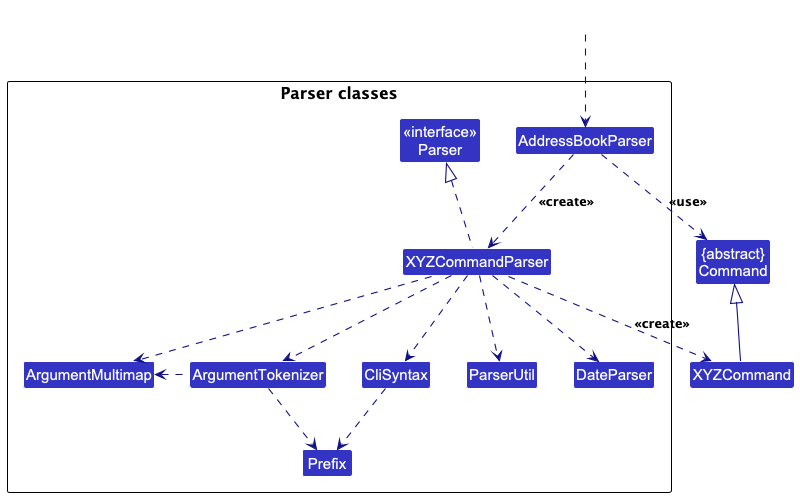
This is docs/images/ParserClasses.png from AY2526S1-CS2103T-T09-4/tp, a PlantUML export, as it was before one commit.
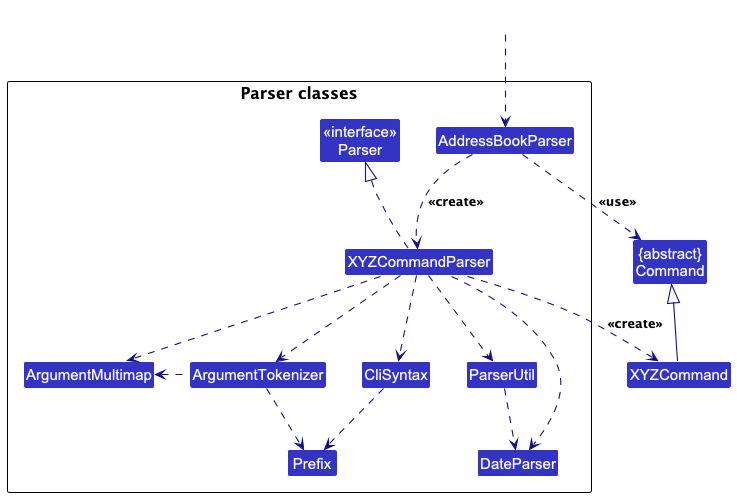
Later version of the same file.

What changed in the source:
```diff
@@ -36,4 +36,5 @@
 XYZCommandParser ..> DateParser
 ArgumentTokenizer .down.> Prefix
 XYZCommand -up-|> Command
+ParserUtil ..> DateParser
 @enduml
```
